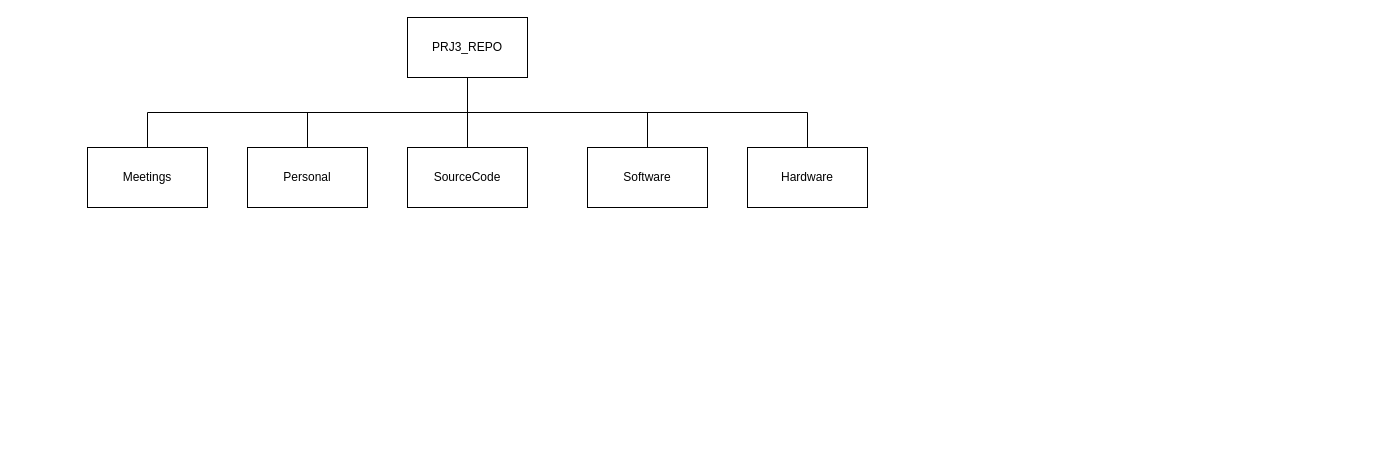
Before: Personal/Brix/GitStructure.drawio in mbirko/PRJ3_Repo, a draw.io diagram. Source tidied: cells renumbered, new cells numbered last; positions are measured from the earlier drawing's top-left corner, leaving out a move shared by most shapes. Both pictures are drawn from the tidied source at 100%, with x=0, y=0 at pixel (87, 17).
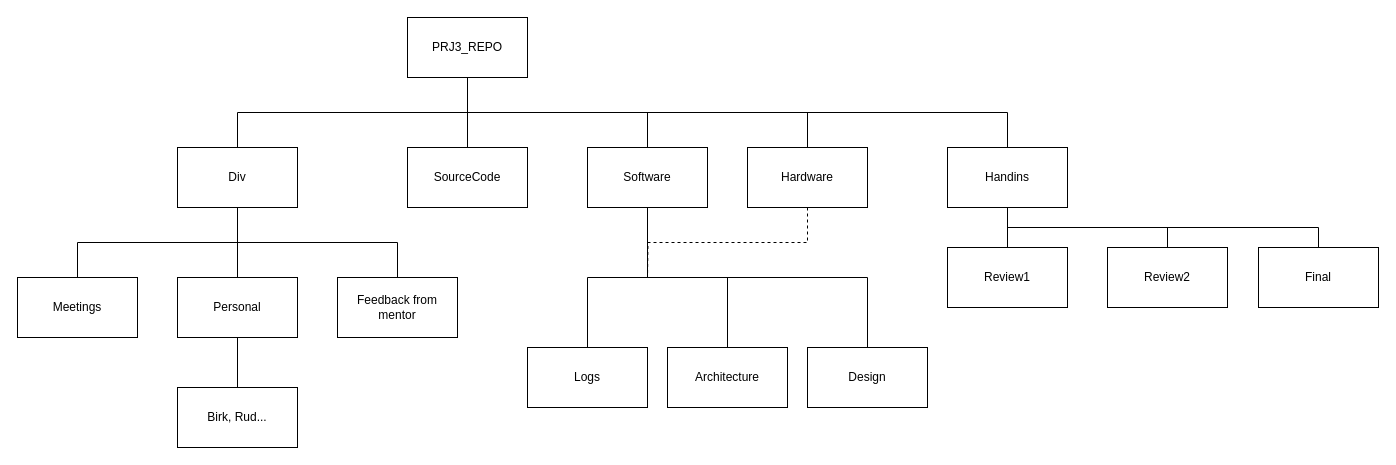
The same page after the edit.

The change refers to these unchanged cells:
```xml
<mxCell id="7" value="PRJ3_REPO" style="rounded=0;whiteSpace=wrap;html=1;" parent="1" vertex="1">
  <mxGeometry x="320" width="120" height="60" as="geometry" />
</mxCell>
<mxCell id="11" value="Software" style="rounded=0;whiteSpace=wrap;html=1;" parent="1" vertex="1">
  <mxGeometry x="500" y="130" width="120" height="60" as="geometry" />
</mxCell>
<mxCell id="12" value="Hardware" style="rounded=0;whiteSpace=wrap;html=1;" parent="1" vertex="1">
  <mxGeometry x="660" y="130" width="120" height="60" as="geometry" />
</mxCell>
```

Change to the diagram source:
```diff
@@
-    <mxCell id="2" style="edgeStyle=orthogonalEdgeStyle;html=1;exitX=0.5;exitY=1;exitDx=0;exitDy=0;entryX=0.5;entryY=0;entryDx=0;entryDy=0;endArrow=none;endFill=0;rounded=0;" parent="1" edge="1" source="7" target="8">
-      <mxGeometry relative="1" as="geometry" />
-    </mxCell>
-    <mxCell id="3" style="edgeStyle=orthogonalEdgeStyle;rounded=0;html=1;exitX=0.5;exitY=1;exitDx=0;exitDy=0;entryX=0.5;entryY=0;entryDx=0;entryDy=0;endArrow=none;endFill=0;" parent="1" edge="1" source="7" target="9">
-      <mxGeometry relative="1" as="geometry" />
-    </mxCell>
@@
+    <mxCell id="13" style="edgeStyle=orthogonalEdgeStyle;rounded=0;html=1;exitX=0.5;exitY=1;exitDx=0;exitDy=0;entryX=0.5;entryY=0;entryDx=0;entryDy=0;endArrow=none;endFill=0;" parent="1" edge="1" source="7" target="31">
+      <mxGeometry relative="1" as="geometry" />
+    </mxCell>
+    <mxCell id="14" style="edgeStyle=orthogonalEdgeStyle;rounded=0;html=1;exitX=0.5;exitY=1;exitDx=0;exitDy=0;entryX=0.5;entryY=0;entryDx=0;entryDy=0;endArrow=none;endFill=0;" parent="1" edge="1" source="7" target="27">
+      <mxGeometry relative="1" as="geometry" />
+    </mxCell>
@@
     <mxCell id="8" value="Meetings&lt;br&gt;" style="rounded=0;whiteSpace=wrap;html=1;" parent="1" vertex="1">
-      <mxGeometry y="130" width="120" height="60" as="geometry" />
+      <mxGeometry x="-70" y="260" width="120" height="60" as="geometry" />
     </mxCell>
+    <mxCell id="15" style="edgeStyle=orthogonalEdgeStyle;rounded=0;html=1;exitX=0.5;exitY=1;exitDx=0;exitDy=0;entryX=0.5;entryY=0;entryDx=0;entryDy=0;endArrow=none;endFill=0;" parent="1" edge="1" source="9" target="21">
+      <mxGeometry relative="1" as="geometry" />
+    </mxCell>
     <mxCell id="9" value="Personal" style="rounded=0;whiteSpace=wrap;html=1;" parent="1" vertex="1">
-      <mxGeometry x="160" y="130" width="120" height="60" as="geometry" />
+      <mxGeometry x="90" y="260" width="120" height="60" as="geometry" />
     </mxCell>
@@
+    <mxCell id="16" style="edgeStyle=orthogonalEdgeStyle;rounded=0;html=1;exitX=0.5;exitY=1;exitDx=0;exitDy=0;entryX=0.5;entryY=0;entryDx=0;entryDy=0;endArrow=none;endFill=0;" parent="1" edge="1" source="11" target="20">
+      <mxGeometry relative="1" as="geometry" />
+    </mxCell>
+    <mxCell id="17" style="edgeStyle=orthogonalEdgeStyle;rounded=0;html=1;exitX=0.5;exitY=1;exitDx=0;exitDy=0;entryX=0.5;entryY=0;entryDx=0;entryDy=0;endArrow=none;endFill=0;" parent="1" edge="1" source="11" target="22">
+      <mxGeometry relative="1" as="geometry" />
+    </mxCell>
+    <mxCell id="18" style="edgeStyle=orthogonalEdgeStyle;rounded=0;html=1;exitX=0.5;exitY=1;exitDx=0;exitDy=0;entryX=0.5;entryY=0;entryDx=0;entryDy=0;endArrow=none;endFill=0;" parent="1" edge="1" source="11" target="23">
+      <mxGeometry relative="1" as="geometry" />
+    </mxCell>
@@
+    <mxCell id="19" style="edgeStyle=orthogonalEdgeStyle;rounded=0;html=1;exitX=0.5;exitY=1;exitDx=0;exitDy=0;endArrow=none;endFill=0;dashed=1;" parent="1" edge="1" source="12">
+      <mxGeometry relative="1" as="geometry">
+        <mxPoint x="560" y="260" as="targetPoint" />
+      </mxGeometry>
+    </mxCell>
@@
+    <mxCell id="20" value="Logs" style="rounded=0;whiteSpace=wrap;html=1;" parent="1" vertex="1">
+      <mxGeometry x="440" y="330" width="120" height="60" as="geometry" />
+    </mxCell>
+    <mxCell id="21" value="Birk, Rud..." style="rounded=0;whiteSpace=wrap;html=1;" parent="1" vertex="1">
+      <mxGeometry x="90" y="370" width="120" height="60" as="geometry" />
+    </mxCell>
+    <mxCell id="22" value="Architecture" style="rounded=0;whiteSpace=wrap;html=1;" parent="1" vertex="1">
+      <mxGeometry x="580" y="330" width="120" height="60" as="geometry" />
+    </mxCell>
+    <mxCell id="23" value="Design" style="rounded=0;whiteSpace=wrap;html=1;" parent="1" vertex="1">
+      <mxGeometry x="720" y="330" width="120" height="60" as="geometry" />
+    </mxCell>
+    <mxCell id="24" style="edgeStyle=orthogonalEdgeStyle;rounded=0;html=1;exitX=0.5;exitY=1;exitDx=0;exitDy=0;entryX=0.5;entryY=0;entryDx=0;entryDy=0;endArrow=none;endFill=0;" parent="1" edge="1" source="27" target="33">
+      <mxGeometry relative="1" as="geometry" />
+    </mxCell>
+    <mxCell id="25" style="edgeStyle=orthogonalEdgeStyle;rounded=0;html=1;exitX=0.5;exitY=1;exitDx=0;exitDy=0;entryX=0.5;entryY=0;entryDx=0;entryDy=0;endArrow=none;endFill=0;" parent="1" edge="1" source="27" target="34">
+      <mxGeometry relative="1" as="geometry" />
+    </mxCell>
+    <mxCell id="26" style="edgeStyle=orthogonalEdgeStyle;rounded=0;html=1;exitX=0.5;exitY=1;exitDx=0;exitDy=0;entryX=0.5;entryY=0;entryDx=0;entryDy=0;endArrow=none;endFill=0;" parent="1" edge="1" source="27" target="35">
+      <mxGeometry relative="1" as="geometry" />
+    </mxCell>
+    <mxCell id="27" value="Handins" style="rounded=0;whiteSpace=wrap;html=1;" parent="1" vertex="1">
+      <mxGeometry x="860" y="130" width="120" height="60" as="geometry" />
+    </mxCell>
+    <mxCell id="28" style="edgeStyle=orthogonalEdgeStyle;rounded=0;html=1;exitX=0.5;exitY=1;exitDx=0;exitDy=0;entryX=0.5;entryY=0;entryDx=0;entryDy=0;endArrow=none;endFill=0;" parent="1" edge="1" source="31" target="8">
+      <mxGeometry relative="1" as="geometry" />
+    </mxCell>
+    <mxCell id="29" style="edgeStyle=orthogonalEdgeStyle;rounded=0;html=1;exitX=0.5;exitY=1;exitDx=0;exitDy=0;entryX=0.5;entryY=0;entryDx=0;entryDy=0;endArrow=none;endFill=0;" parent="1" edge="1" source="31" target="9">
+      <mxGeometry relative="1" as="geometry" />
+    </mxCell>
+    <mxCell id="30" style="edgeStyle=orthogonalEdgeStyle;rounded=0;html=1;exitX=0.5;exitY=1;exitDx=0;exitDy=0;entryX=0.5;entryY=0;entryDx=0;entryDy=0;endArrow=none;endFill=0;" parent="1" edge="1" source="31" target="32">
+      <mxGeometry relative="1" as="geometry" />
+    </mxCell>
+    <mxCell id="31" value="Div" style="rounded=0;whiteSpace=wrap;html=1;" parent="1" vertex="1">
+      <mxGeometry x="90" y="130" width="120" height="60" as="geometry" />
+    </mxCell>
+    <mxCell id="32" value="Feedback from mentor" style="rounded=0;whiteSpace=wrap;html=1;" parent="1" vertex="1">
+      <mxGeometry x="250" y="260" width="120" height="60" as="geometry" />
+    </mxCell>
+    <mxCell id="33" value="Review1" style="rounded=0;whiteSpace=wrap;html=1;" parent="1" vertex="1">
+      <mxGeometry x="860" y="230" width="120" height="60" as="geometry" />
+    </mxCell>
+    <mxCell id="34" value="Review2" style="rounded=0;whiteSpace=wrap;html=1;" parent="1" vertex="1">
+      <mxGeometry x="1020" y="230" width="120" height="60" as="geometry" />
+    </mxCell>
+    <mxCell id="35" value="Final" style="rounded=0;whiteSpace=wrap;html=1;" parent="1" vertex="1">
+      <mxGeometry x="1171" y="230" width="120" height="60" as="geometry" />
+    </mxCell>
```
